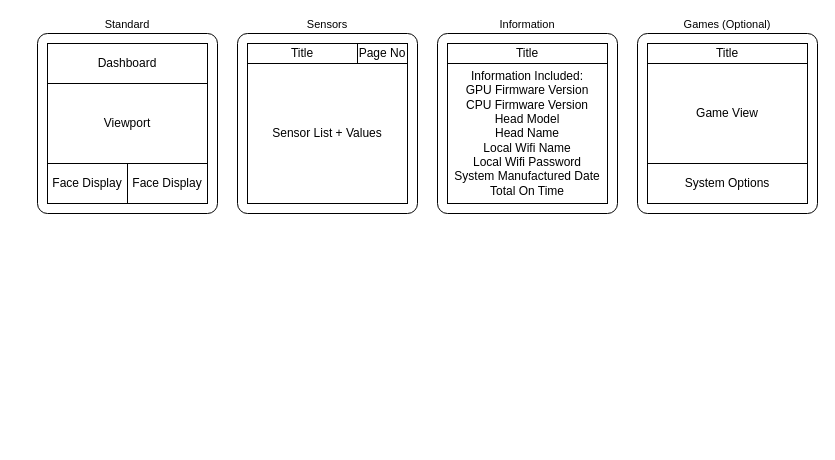
Earlier version of the draw.io diagram page "Brainstorm 2" (1 of 3) of Documents/HID Display.drawio (Cyberspecies/Synth-Head). Source tidied: cells renumbered, new cells numbered last; positions are measured from the earlier drawing's top-left corner, leaving out a move shared by most shapes. Both pictures are drawn from the tidied source at 100%, with x=0, y=0 at pixel (37, 33).
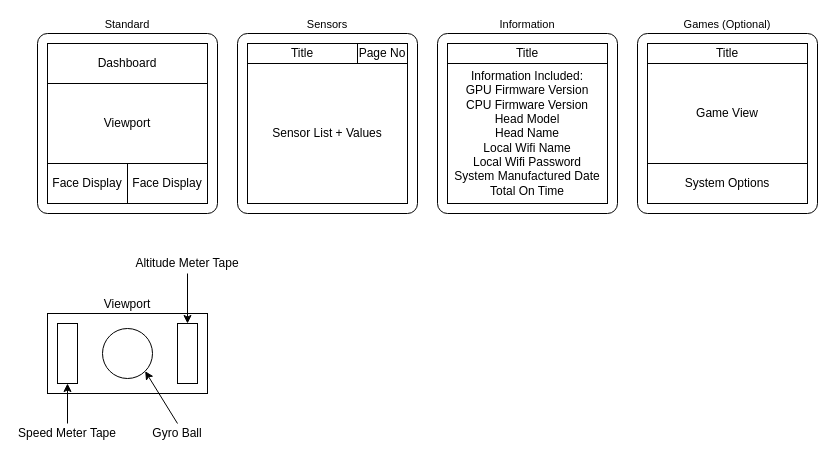
The same page after the edit.

Commit message:
Added Viewport ideation

Diff of the diagram source:
```diff
@@
+    <mxCell id="18" value="Viewport" style="rounded=0;whiteSpace=wrap;html=1;strokeColor=default;align=center;verticalAlign=bottom;fontFamily=Helvetica;fontSize=12;fontColor=default;fillColor=default;labelPosition=center;verticalLabelPosition=top;" parent="1" vertex="1">
+      <mxGeometry x="10" y="280" width="160" height="80" as="geometry" />
+    </mxCell>
+    <mxCell id="19" style="rounded=0;whiteSpace=wrap;html=1;" parent="1" vertex="1">
+      <mxGeometry x="20" y="290" width="20" height="60" as="geometry" />
+    </mxCell>
+    <mxCell id="20" style="rounded=0;whiteSpace=wrap;html=1;" parent="1" vertex="1">
+      <mxGeometry x="140" y="290" width="20" height="60" as="geometry" />
+    </mxCell>
+    <mxCell id="21" style="ellipse;whiteSpace=wrap;html=1;" parent="1" vertex="1">
+      <mxGeometry x="65" y="295" width="50" height="50" as="geometry" />
+    </mxCell>
+    <mxCell id="22" style="rounded=0;jettySize=auto;html=1;exitX=0.5;exitY=0;exitDx=0;exitDy=0;entryX=0.5;entryY=1;entryDx=0;entryDy=0;" parent="1" edge="1" source="23" target="19">
+      <mxGeometry relative="1" as="geometry" />
+    </mxCell>
+    <mxCell id="23" value="Speed Meter Tape" style="text;html=1;whiteSpace=wrap;strokeColor=none;fillColor=none;align=center;verticalAlign=middle;rounded=0;" parent="1" vertex="1">
+      <mxGeometry x="-20" y="390" width="100" height="20" as="geometry" />
+    </mxCell>
+    <mxCell id="24" style="edgeStyle=none;shape=connector;rounded=0;jettySize=auto;html=1;entryX=0.5;entryY=0;entryDx=0;entryDy=0;strokeColor=default;align=center;verticalAlign=middle;fontFamily=Helvetica;fontSize=11;fontColor=default;labelBackgroundColor=default;endArrow=classic;exitX=0.5;exitY=1;exitDx=0;exitDy=0;" parent="1" edge="1" source="25" target="20">
+      <mxGeometry relative="1" as="geometry" />
+    </mxCell>
+    <mxCell id="25" value="Altitude Meter Tape" style="text;html=1;whiteSpace=wrap;strokeColor=none;fillColor=none;align=center;verticalAlign=middle;rounded=0;" parent="1" vertex="1">
+      <mxGeometry x="95" y="220" width="110" height="20" as="geometry" />
+    </mxCell>
+    <mxCell id="26" style="edgeStyle=none;shape=connector;rounded=0;jettySize=auto;html=1;exitX=0.5;exitY=0;exitDx=0;exitDy=0;entryX=1;entryY=1;entryDx=0;entryDy=0;strokeColor=default;align=center;verticalAlign=middle;fontFamily=Helvetica;fontSize=11;fontColor=default;labelBackgroundColor=default;endArrow=classic;" parent="1" edge="1" source="27" target="21">
+      <mxGeometry relative="1" as="geometry" />
+    </mxCell>
+    <mxCell id="27" value="Gyro Ball" style="text;html=1;whiteSpace=wrap;strokeColor=none;fillColor=none;align=center;verticalAlign=middle;rounded=0;" parent="1" vertex="1">
+      <mxGeometry x="110" y="390" width="60" height="20" as="geometry" />
+    </mxCell>
```
